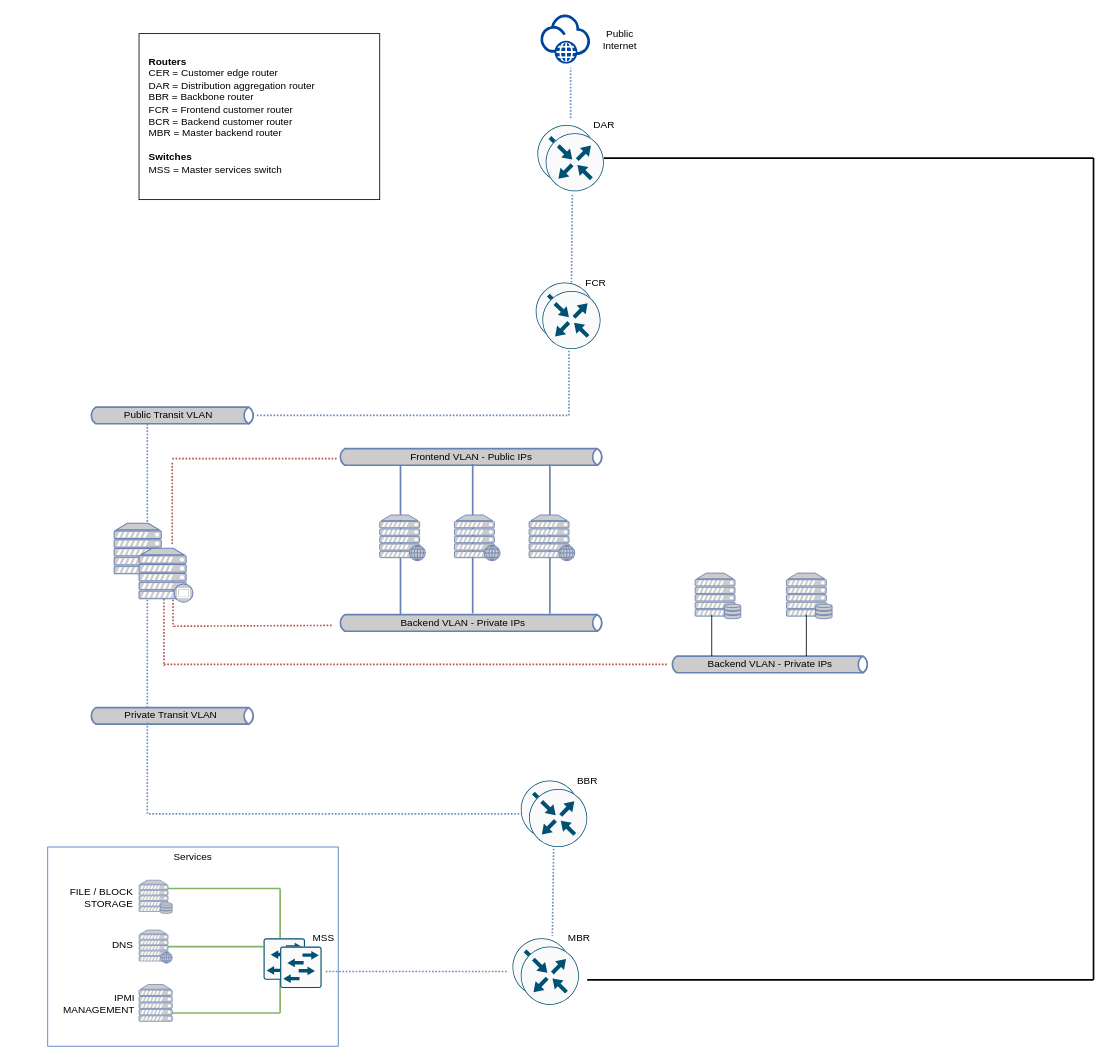
The draw.io diagram IaaS-Network-Gateway/network-gateway-iaas.drawio in greyhoundforty/ibm-cloud-drawio-templates, before the edit. Source tidied: cells renumbered, new cells numbered last; positions are measured from the earlier drawing's top-left corner, leaving out a move shared by most shapes. Both pictures are drawn from the tidied source at 83%, with x=0, y=0 at pixel (47, 14).
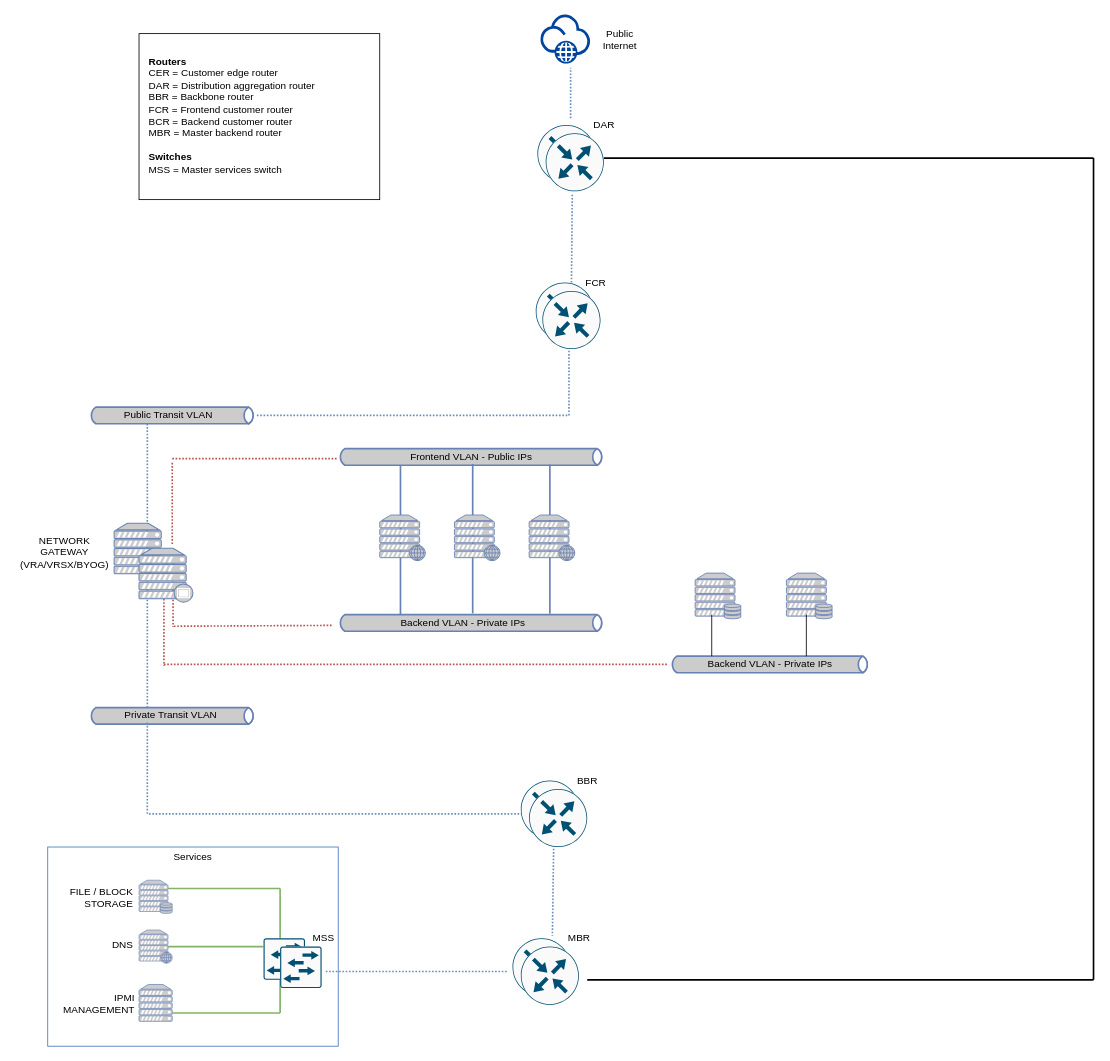
Above is the later version.

Commit message (it also covers changes not shown here):
Updated gateway diagram

Change to the diagram source:
```diff
@@
+    <mxCell id="86" value="NETWORK&lt;br&gt;GATEWAY&lt;br&gt;(VRA/VRSX/BYOG)" style="text;html=1;align=center;verticalAlign=middle;fillColor=none;strokeColor=none;rounded=0;" parent="61" vertex="1">
+      <mxGeometry x="-40" y="623" width="120" height="50" as="geometry" />
+    </mxCell>
```
